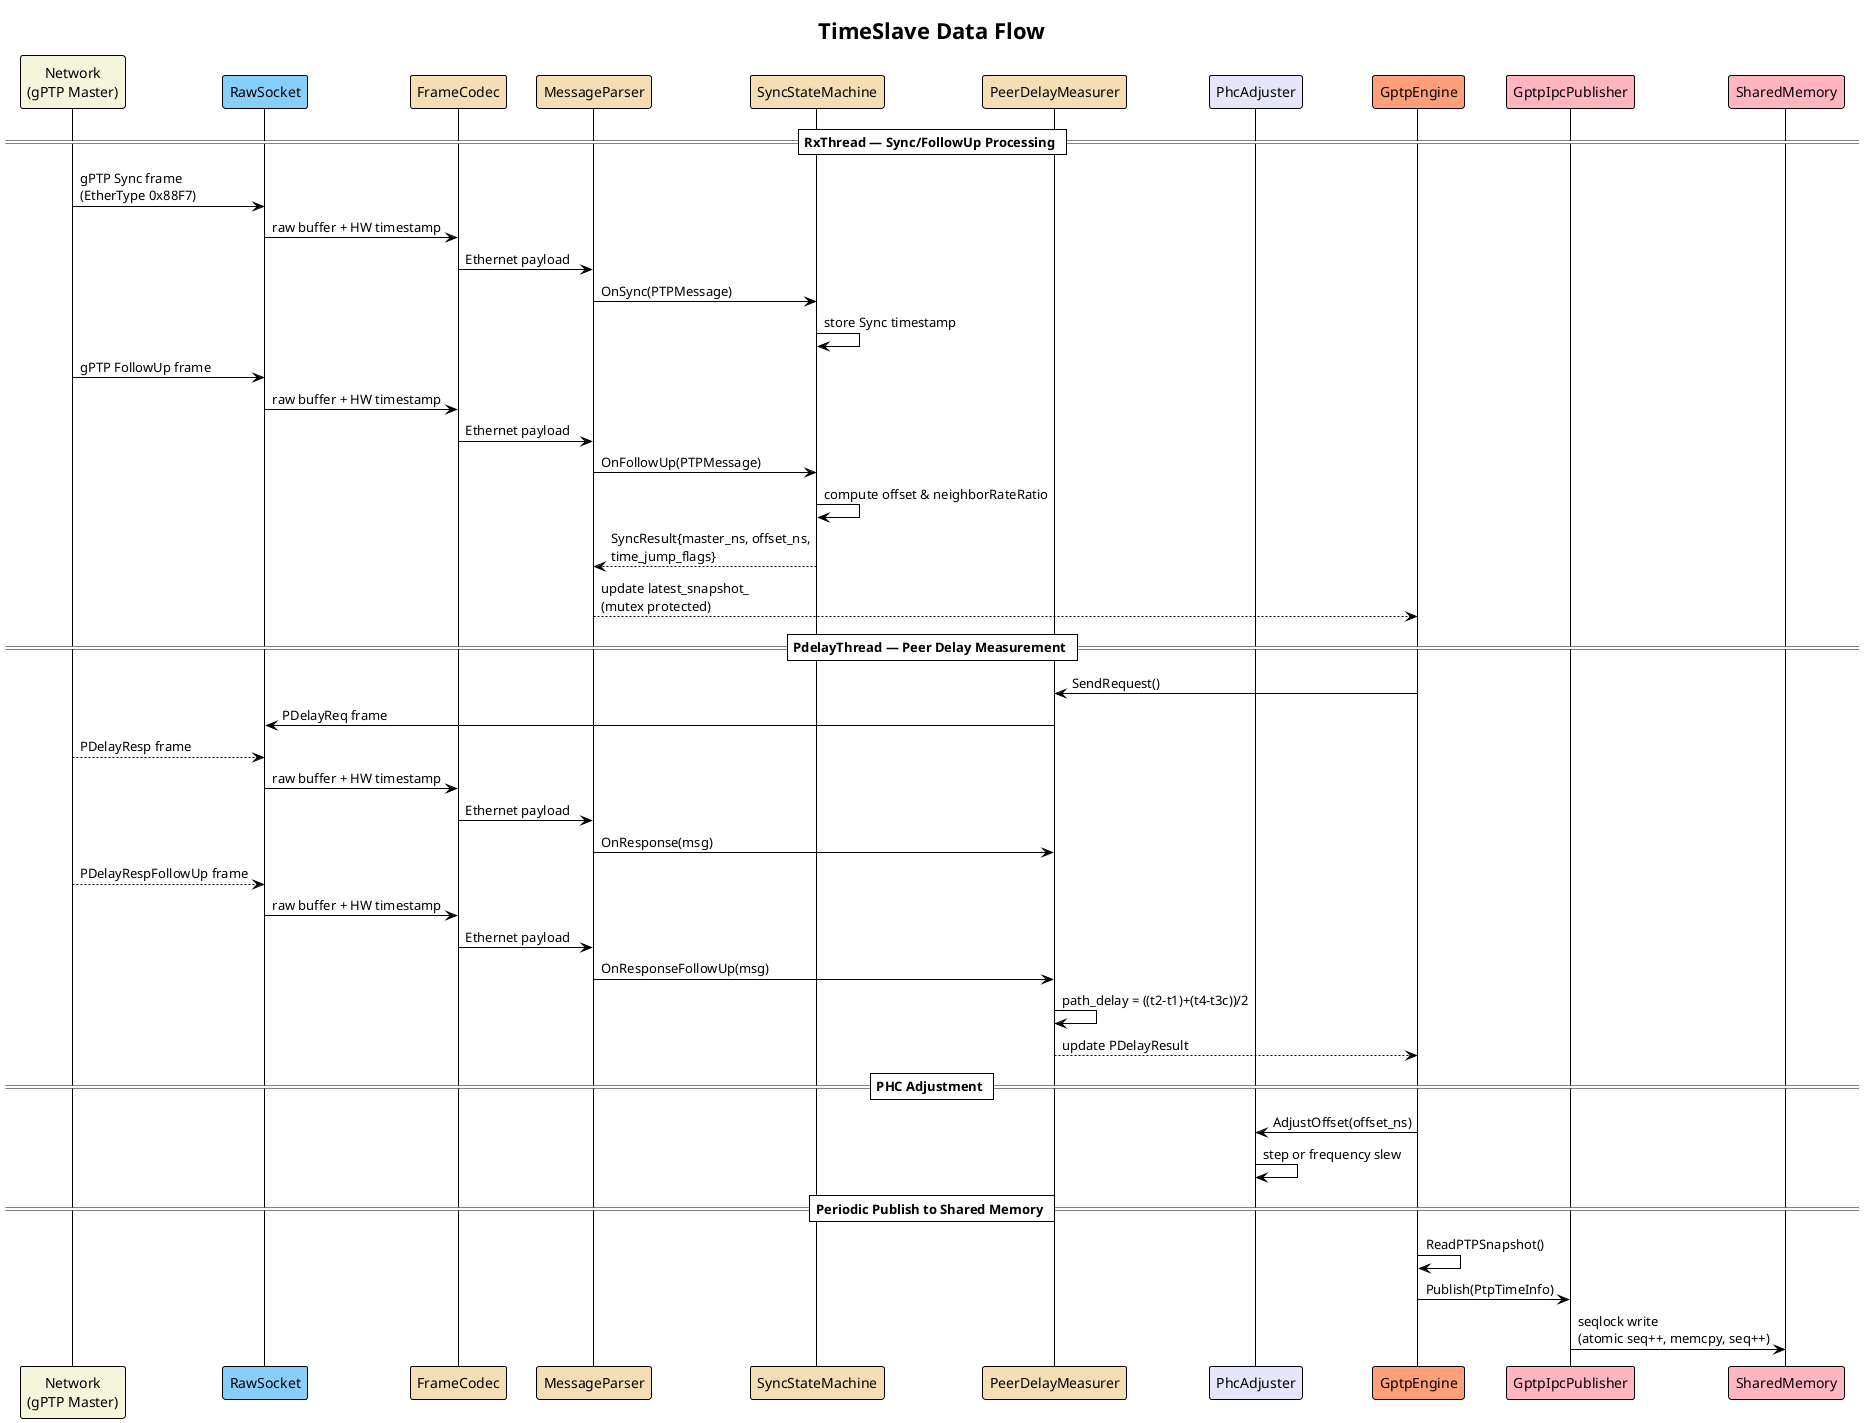
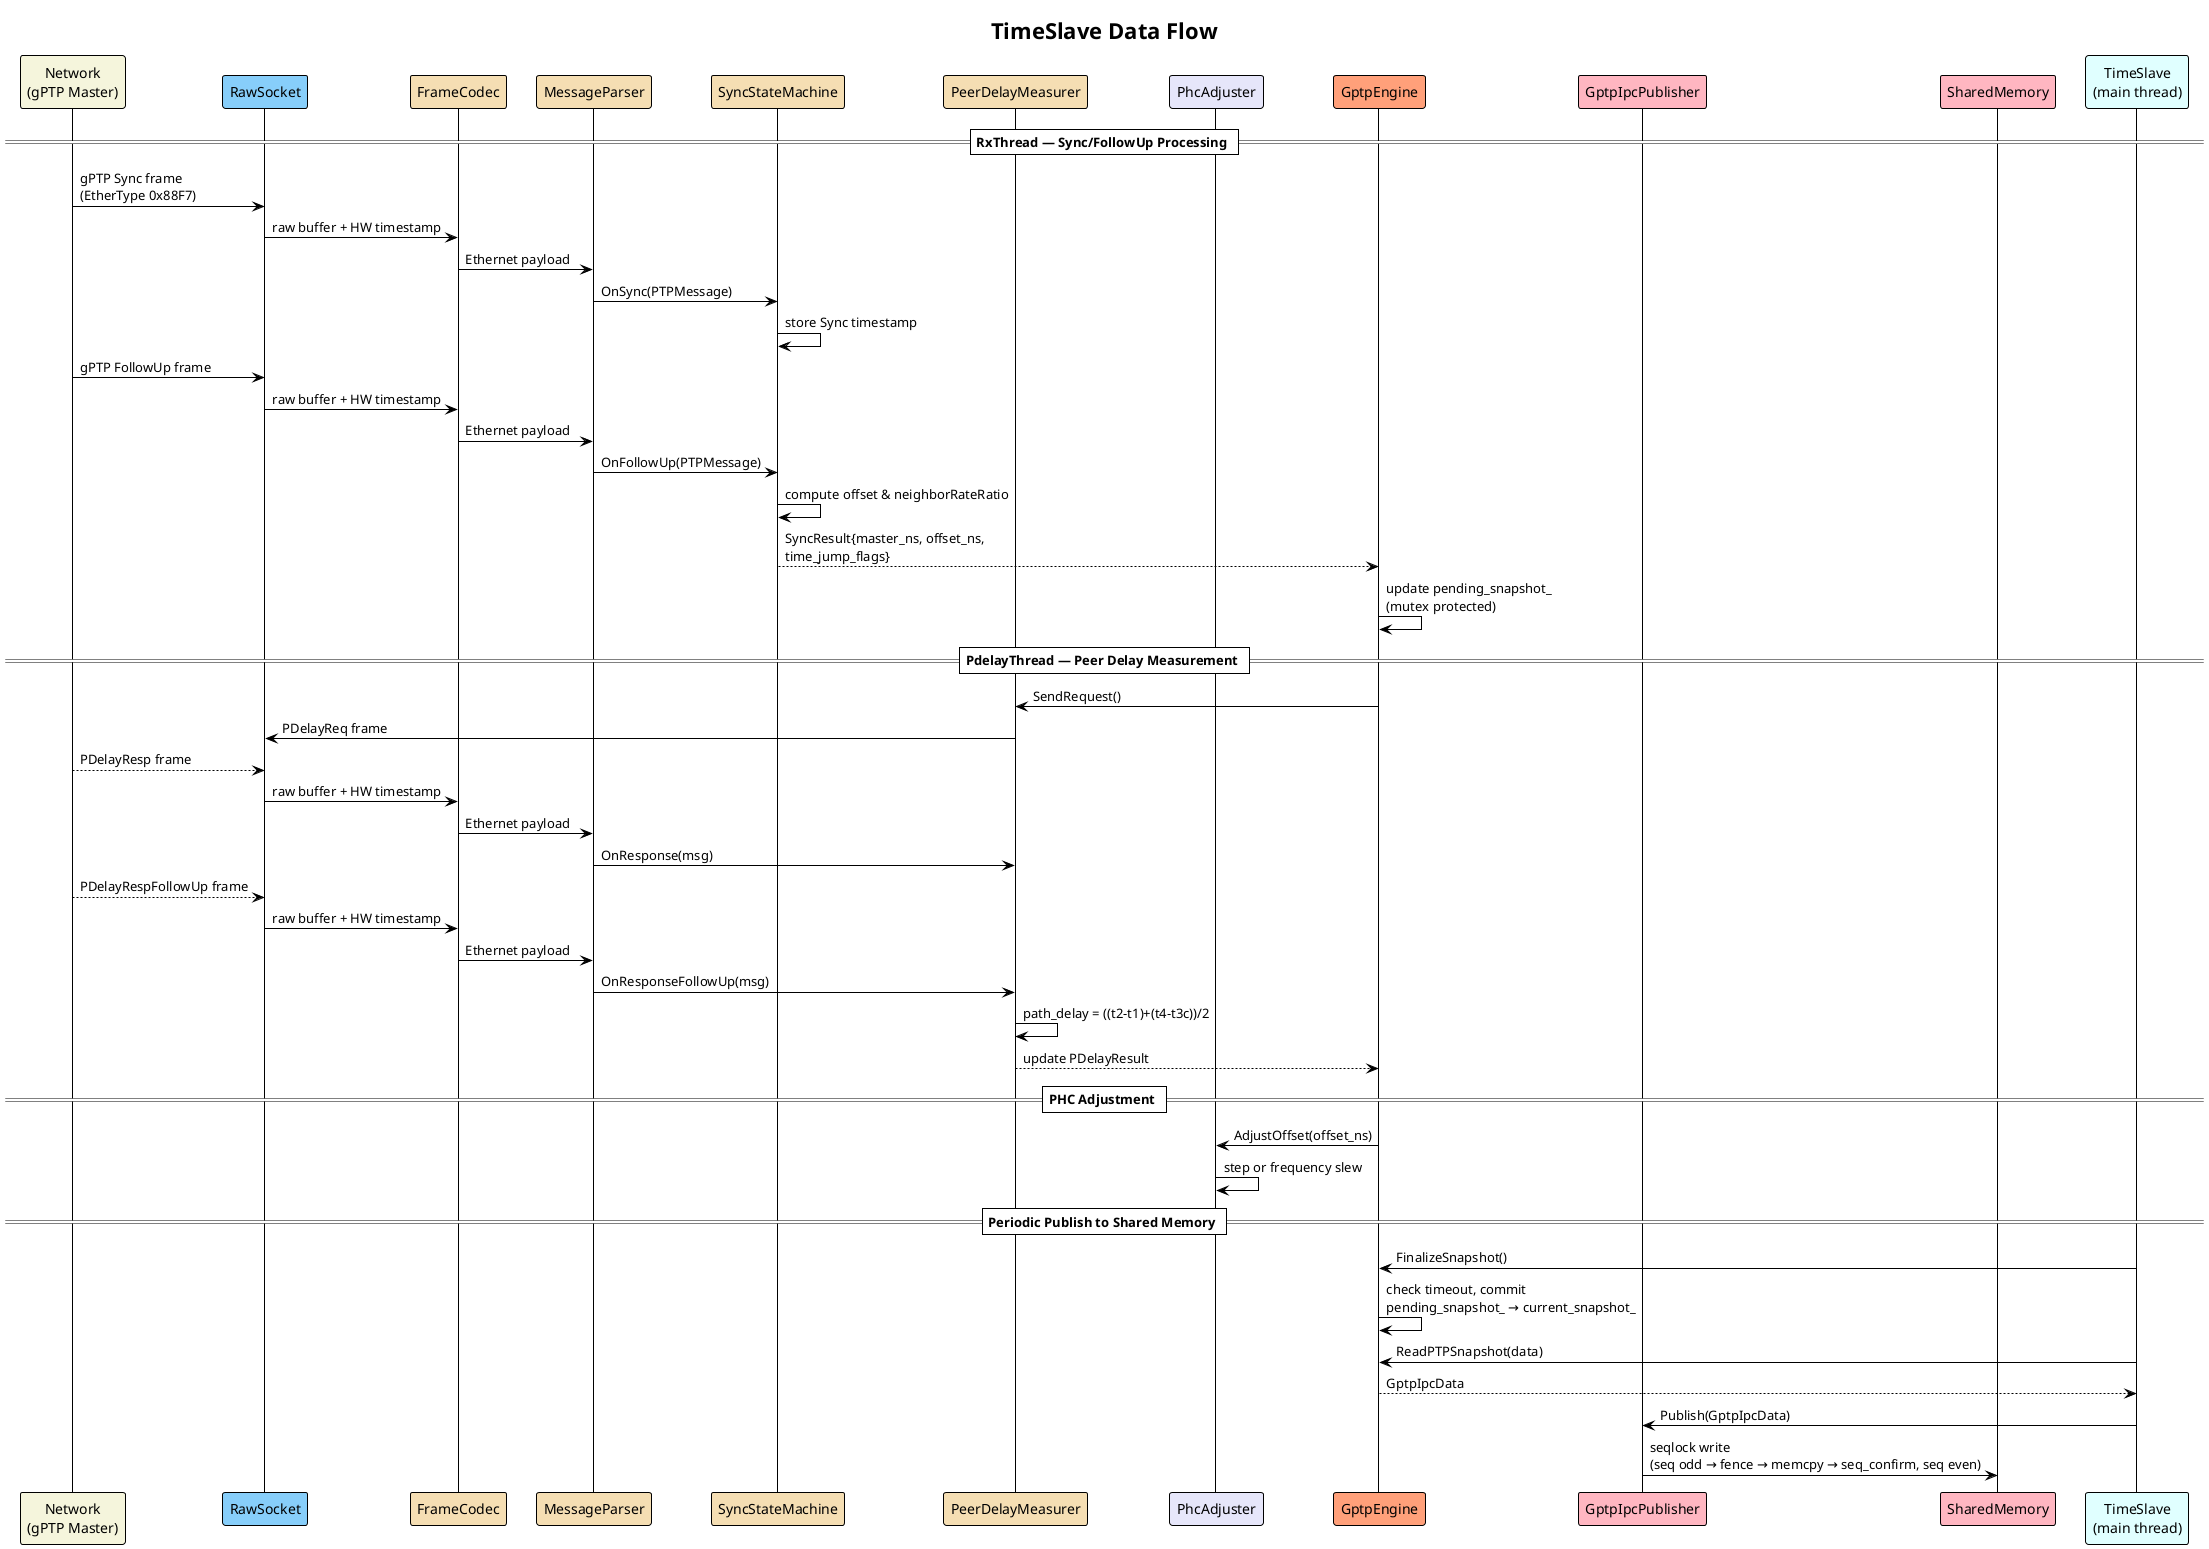
@startuml
!theme plain

title TimeSlave Data Flow

participant "Network\n(gPTP Master)" as NET #Beige
participant "RawSocket" as SOCK #LightSkyBlue
participant "FrameCodec" as FC #Wheat
participant "MessageParser" as MP #Wheat
participant "SyncStateMachine" as SSM #Wheat
participant "PeerDelayMeasurer" as PDM #Wheat
participant "PhcAdjuster" as PHC #Lavender
participant "GptpEngine" as GE #LightSalmon
participant "GptpIpcPublisher" as PUB #LightPink
participant "SharedMemory" as SHM #LightPink
+ participant "TimeSlave\n(main thread)" as TS #LightCyan

== RxThread — Sync/FollowUp Processing ==

NET -> SOCK : gPTP Sync frame\n(EtherType 0x88F7)
SOCK -> FC : raw buffer + HW timestamp
FC -> MP : Ethernet payload
MP -> SSM : OnSync(PTPMessage)
SSM -> SSM : store Sync timestamp

NET -> SOCK : gPTP FollowUp frame
SOCK -> FC : raw buffer + HW timestamp
FC -> MP : Ethernet payload
MP -> SSM : OnFollowUp(PTPMessage)
SSM -> SSM : compute offset & neighborRateRatio
- SSM --> MP : SyncResult{master_ns, offset_ns,\ntime_jump_flags}
- 
- MP --> GE : update latest_snapshot_\n(mutex protected)
+ SSM --> GE : SyncResult{master_ns, offset_ns,\ntime_jump_flags}
+ GE -> GE : update pending_snapshot_\n(mutex protected)

== PdelayThread — Peer Delay Measurement ==

GE -> PDM : SendRequest()
PDM -> SOCK : PDelayReq frame
NET --> SOCK : PDelayResp frame
SOCK -> FC : raw buffer + HW timestamp
FC -> MP : Ethernet payload
MP -> PDM : OnResponse(msg)
NET --> SOCK : PDelayRespFollowUp frame
SOCK -> FC : raw buffer + HW timestamp
FC -> MP : Ethernet payload
MP -> PDM : OnResponseFollowUp(msg)
PDM -> PDM : path_delay = ((t2-t1)+(t4-t3c))/2

PDM --> GE : update PDelayResult

== PHC Adjustment ==

GE -> PHC : AdjustOffset(offset_ns)
PHC -> PHC : step or frequency slew

== Periodic Publish to Shared Memory ==

- GE -> GE : ReadPTPSnapshot()
- GE -> PUB : Publish(PtpTimeInfo)
- PUB -> SHM : seqlock write\n(atomic seq++, memcpy, seq++)
+ TS -> GE : FinalizeSnapshot()
+ GE -> GE : check timeout, commit\npending_snapshot_ → current_snapshot_
+ TS -> GE : ReadPTPSnapshot(data)
+ GE --> TS : GptpIpcData
+ TS -> PUB : Publish(GptpIpcData)
+ PUB -> SHM : seqlock write\n(seq odd → fence → memcpy → seq_confirm, seq even)

@enduml
